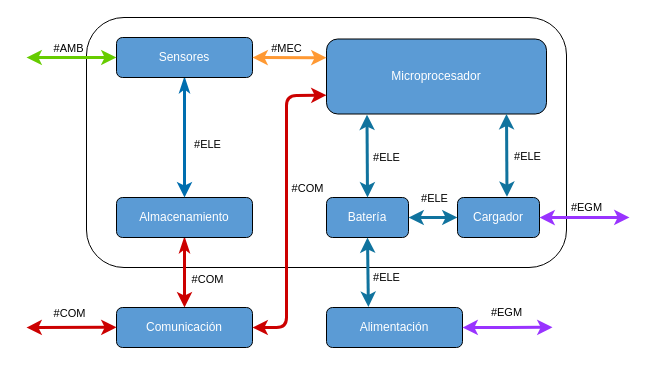
Above: Utils/Drawio/EsquemaModular.drawio in tlondero/Dise-o (draw.io), before the change. Source tidied: cells renumbered, new cells numbered last; positions are measured from the earlier drawing's top-left corner, leaving out a move shared by most shapes. Both pictures are drawn from the tidied source at 100%, with x=0, y=0 at pixel (26, 17).
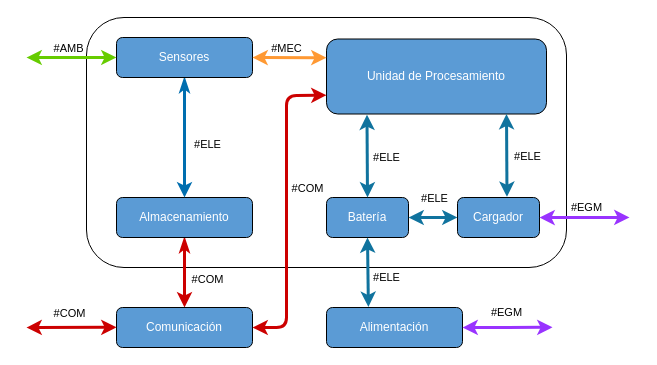
Above is the later version.

Change to the diagram source:
```diff
@@
-    <mxCell id="3" value="&lt;font color=&quot;#ffffff&quot;&gt;Microprocesador&lt;/font&gt;" style="rounded=1;whiteSpace=wrap;html=1;fillColor=#5B9BD5;" parent="1" vertex="1">
+    <mxCell id="3" value="&lt;font color=&quot;#FFFFFF&quot;&gt;Unidad de Procesamiento&lt;/font&gt;" style="rounded=1;whiteSpace=wrap;html=1;fillColor=#5B9BD5;" parent="1" vertex="1">
       <mxGeometry x="300" y="21.5" width="220" height="75" as="geometry" />
     </mxCell>
```
